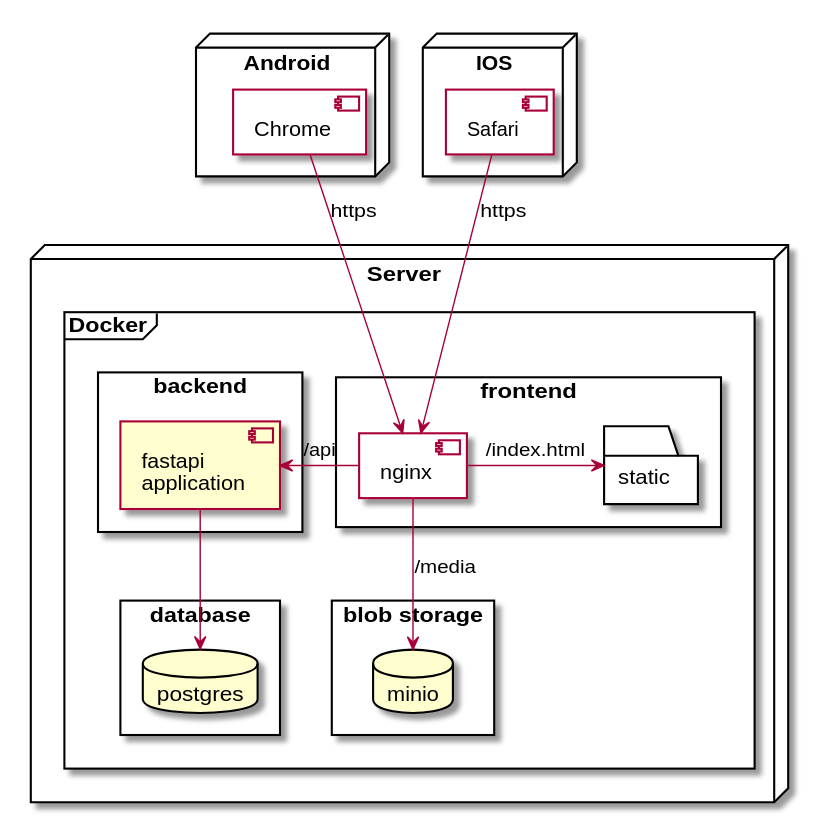
Above: deployment.svg in kluchi/diagrams (PlantUML), before the change.
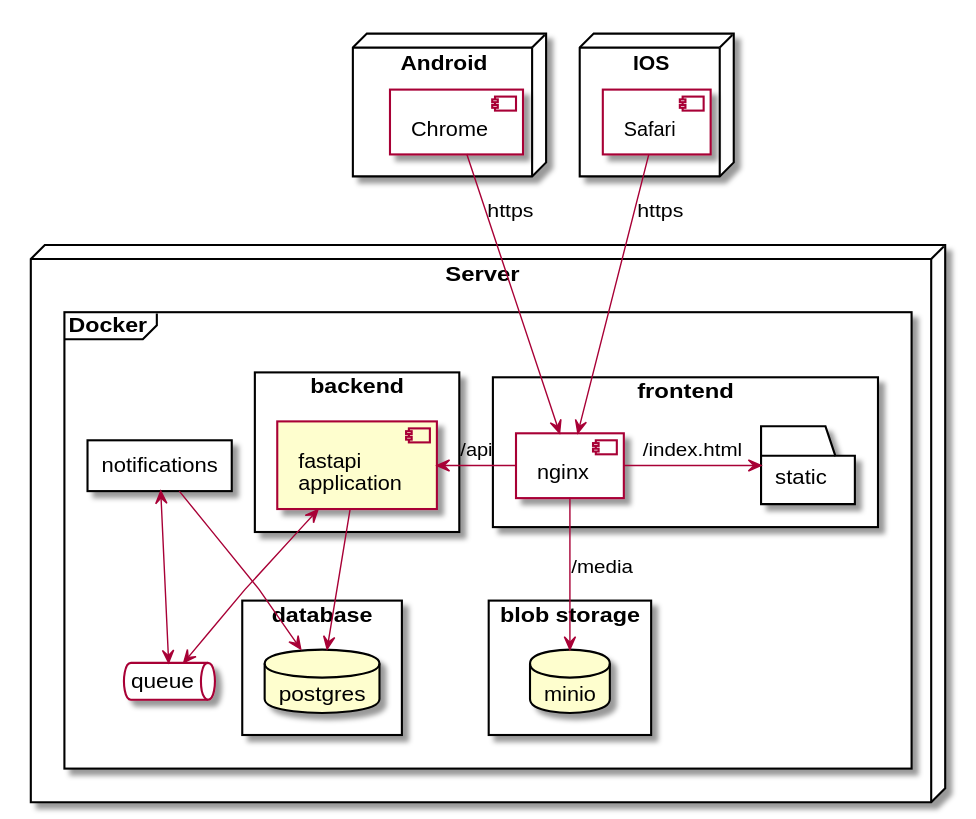
The same file after the commit.

Diff of the diagram source:
```diff
@@ -23,6 +23,14 @@
             application]
         }
 
+        queue queue {
+
+        }
+
+        rectangle notifications {
+
+        }
+
         rectangle database {
             database postgres
         }
@@ -35,7 +43,7 @@
 
 
 
-    node Android as andoid {
+node Android as andoid {
     component Chrome {
 
     }
@@ -57,6 +65,10 @@
 
 
 api_server --> postgres
+api_server <--> queue
+
+notifications <--> queue
+notifications --> postgres
 
 Safari --> nginx : https
 
```
